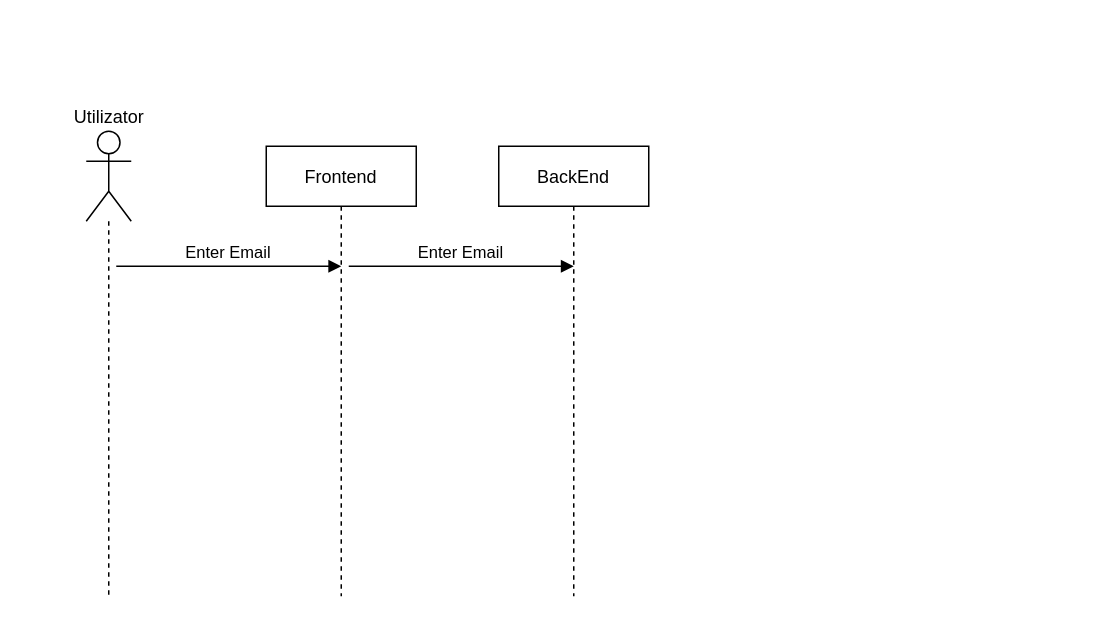
Above: usecase/SequenceDiagram1.drawio in alexjircan/KeyPath (draw.io), before the change. Source tidied: cells renumbered, new cells numbered last; positions are measured from the earlier drawing's top-left corner, leaving out a move shared by most shapes. Both pictures are drawn from the tidied source at 150%, with x=0, y=0 at pixel (86, 130).
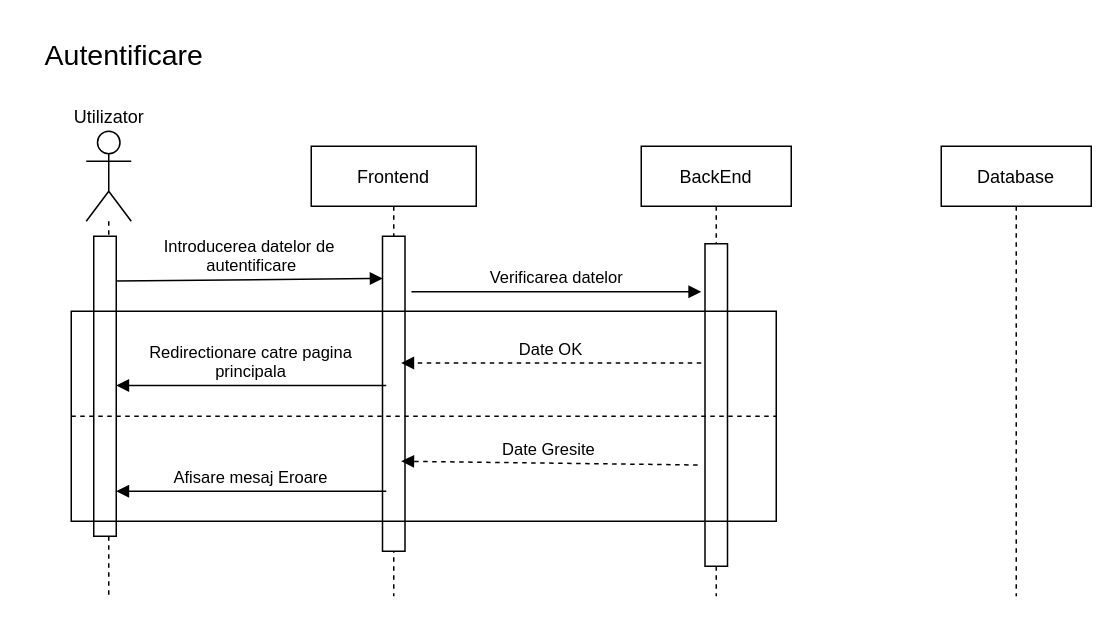
Above is the later version.

Commit message (it also covers changes not shown here):
sequence diagram 1

Diff of the diagram source:
```diff
@@
     <mxCell id="2" value="Frontend" style="shape=umlLifeline;perimeter=lifelinePerimeter;rounded=0;shadow=0;strokeWidth=1;" parent="1" vertex="1">
-      <mxGeometry x="120" y="10" width="100" height="300" as="geometry" />
+      <mxGeometry x="150" y="10" width="110" height="300" as="geometry" />
     </mxCell>
-    <mxCell id="3" value="Enter Email" style="verticalAlign=bottom;endArrow=block;shadow=0;strokeWidth=1;" parent="2" edge="1">
-      <mxGeometry relative="1" as="geometry">
-        <mxPoint x="-100" y="80" as="sourcePoint" />
-        <mxPoint x="50" y="80" as="targetPoint" />
-      </mxGeometry>
-    </mxCell>
+    <mxCell id="6" value="BackEnd" style="shape=umlLifeline;perimeter=lifelinePerimeter;rounded=0;shadow=0;strokeWidth=1;" parent="1" vertex="1">
+      <mxGeometry x="370" y="10" width="100" height="300" as="geometry" />
+    </mxCell>
+    <mxCell id="7" value="Verificarea datelor" style="verticalAlign=bottom;endArrow=block;shadow=0;strokeWidth=1;exitX=1.287;exitY=0.176;exitDx=0;exitDy=0;exitPerimeter=0;" parent="6" edge="1" source="11">
+      <mxGeometry relative="1" as="geometry">
+        <mxPoint x="40" y="97" as="targetPoint" />
+      </mxGeometry>
+    </mxCell>
+    <mxCell id="8" style="rounded=0;whiteSpace=wrap;html=1;labelBackgroundColor=#FFFFFF;fontSize=19;fontColor=none;fillColor=default;" parent="6" vertex="1">
+      <mxGeometry x="42.5" y="65" width="15" height="215" as="geometry" />
+    </mxCell>
+    <mxCell id="9" value="Database" style="shape=umlLifeline;perimeter=lifelinePerimeter;rounded=0;shadow=0;strokeWidth=1;" parent="1" vertex="1">
+      <mxGeometry x="570" y="10" width="100" height="300" as="geometry" />
+    </mxCell>
+    <mxCell id="10" value="Autentificare" style="text;html=1;align=center;verticalAlign=middle;strokeColor=none;fillColor=none;fontSize=19;" parent="1" vertex="1">
+      <mxGeometry x="-40" y="-70" width="130" height="40" as="geometry" />
+    </mxCell>
+    <mxCell id="11" style="rounded=0;whiteSpace=wrap;html=1;labelBackgroundColor=#FFFFFF;fontSize=19;fontColor=none;fillColor=default;" parent="1" vertex="1">
+      <mxGeometry x="197.5" y="70" width="15" height="210" as="geometry" />
+    </mxCell>
+    <mxCell id="12" style="group;" parent="1" vertex="1">
+      <mxGeometry width="460" height="310" as="geometry" />
+    </mxCell>
-    <mxCell id="4" value="Utilizator" style="shape=umlActor;verticalLabelPosition=top;verticalAlign=bottom;html=1;outlineConnect=0;horizontal=1;labelPosition=center;align=center;" parent="1" vertex="1">
+    <mxCell id="4" value="Utilizator" style="shape=umlActor;verticalLabelPosition=top;verticalAlign=bottom;html=1;outlineConnect=0;horizontal=1;labelPosition=center;align=center;" parent="12" vertex="1">
       <mxGeometry width="30" height="60" as="geometry" />
     </mxCell>
-    <mxCell id="5" style="endArrow=none;dashed=1;html=1;strokeWidth=1;rounded=0;" parent="1" edge="1" source="4">
+    <mxCell id="5" style="endArrow=none;dashed=1;html=1;strokeWidth=1;rounded=0;" parent="12" edge="1" source="4">
       <mxGeometry relative="1" as="geometry">
         <mxPoint x="15" y="310" as="targetPoint" />
       </mxGeometry>
     </mxCell>
-    <mxCell id="6" value="BackEnd" style="shape=umlLifeline;perimeter=lifelinePerimeter;rounded=0;shadow=0;strokeWidth=1;" parent="1" vertex="1">
-      <mxGeometry x="275" y="10" width="100" height="300" as="geometry" />
-    </mxCell>
-    <mxCell id="7" value="Enter Email" style="verticalAlign=bottom;endArrow=block;shadow=0;strokeWidth=1;" parent="6" edge="1">
-      <mxGeometry relative="1" as="geometry">
-        <mxPoint x="-100" y="80" as="sourcePoint" />
-        <mxPoint x="50" y="80" as="targetPoint" />
-      </mxGeometry>
-    </mxCell>
+    <mxCell id="13" style="rounded=0;whiteSpace=wrap;html=1;labelBackgroundColor=#FFFFFF;fontSize=19;fontColor=none;fillColor=default;" parent="12" vertex="1">
+      <mxGeometry x="5" y="70" width="15" height="200" as="geometry" />
+    </mxCell>
+    <mxCell id="14" style="endArrow=none;dashed=1;html=1;rounded=0;fontSize=19;fontColor=none;exitX=0;exitY=0.5;exitDx=0;exitDy=0;entryX=1;entryY=0.5;entryDx=0;entryDy=0;" parent="12" edge="1" source="19" target="19">
+      <mxGeometry relative="1" as="geometry" />
+    </mxCell>
+    <mxCell id="15" value="Afisare mesaj Eroare" style="verticalAlign=bottom;endArrow=block;shadow=0;strokeWidth=1;" parent="12" edge="1">
+      <mxGeometry relative="1" as="geometry">
+        <mxPoint x="200" y="240" as="sourcePoint" />
+        <mxPoint x="20" y="240" as="targetPoint" />
+      </mxGeometry>
+    </mxCell>
+    <mxCell id="16" value="Redirectionare catre pagina &#10;principala" style="verticalAlign=bottom;endArrow=block;shadow=0;strokeWidth=1;" parent="12" edge="1">
+      <mxGeometry relative="1" as="geometry">
+        <mxPoint x="200" y="169.5" as="sourcePoint" />
+        <mxPoint x="20" y="169.5" as="targetPoint" />
+      </mxGeometry>
+    </mxCell>
+    <mxCell id="17" value="Date OK" style="verticalAlign=bottom;endArrow=block;shadow=0;strokeWidth=1;dashed=1;" parent="12" edge="1">
+      <mxGeometry relative="1" as="geometry">
+        <mxPoint x="410" y="154.5" as="sourcePoint" />
+        <mxPoint x="210" y="154.5" as="targetPoint" />
+      </mxGeometry>
+    </mxCell>
+    <mxCell id="18" value="Date Gresite" style="verticalAlign=bottom;endArrow=block;shadow=0;strokeWidth=1;dashed=1;entryX=1.02;entryY=0.701;entryDx=0;entryDy=0;entryPerimeter=0;exitX=-0.14;exitY=0.673;exitDx=0;exitDy=0;exitPerimeter=0;" parent="12" edge="1">
+      <mxGeometry relative="1" as="geometry">
+        <mxPoint x="407.6" y="222.5" as="sourcePoint" />
+        <mxPoint x="210" y="220" as="targetPoint" />
+      </mxGeometry>
+    </mxCell>
+    <mxCell id="19" style="rounded=0;whiteSpace=wrap;html=1;labelBackgroundColor=#FFFFFF;fontSize=19;fontColor=none;fillColor=none;" parent="12" vertex="1">
+      <mxGeometry x="-10" y="120" width="470" height="140" as="geometry" />
+    </mxCell>
+    <mxCell id="3" value="Introducerea datelor de&#10; autentificare" style="verticalAlign=bottom;endArrow=block;shadow=0;strokeWidth=1;entryX=0.007;entryY=0.134;entryDx=0;entryDy=0;entryPerimeter=0;exitX=1;exitY=0.149;exitDx=0;exitDy=0;exitPerimeter=0;" parent="1" edge="1" source="13" target="11">
+      <mxGeometry relative="1" as="geometry" />
+    </mxCell>
```
